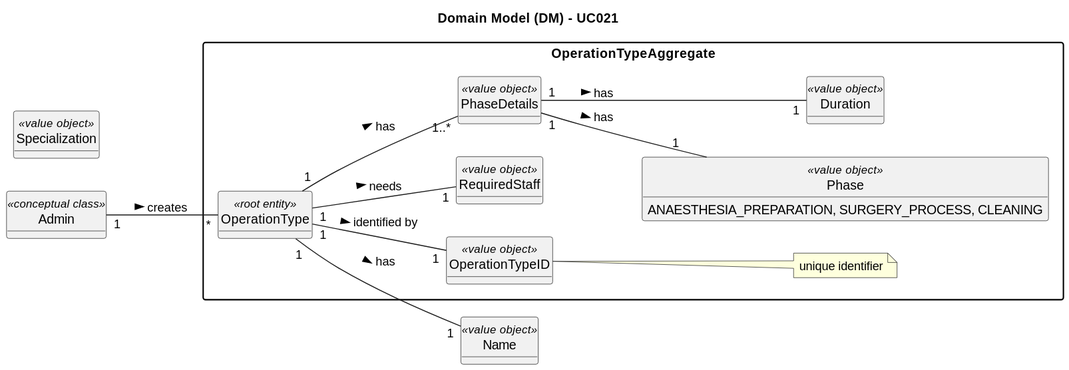
Above: docs/SprintA/UseCases/UC021/02.analysis/svg/uc021-domain-model.svg in 1221124/sem5pi-24-25-g031 (PlantUML), before the change.
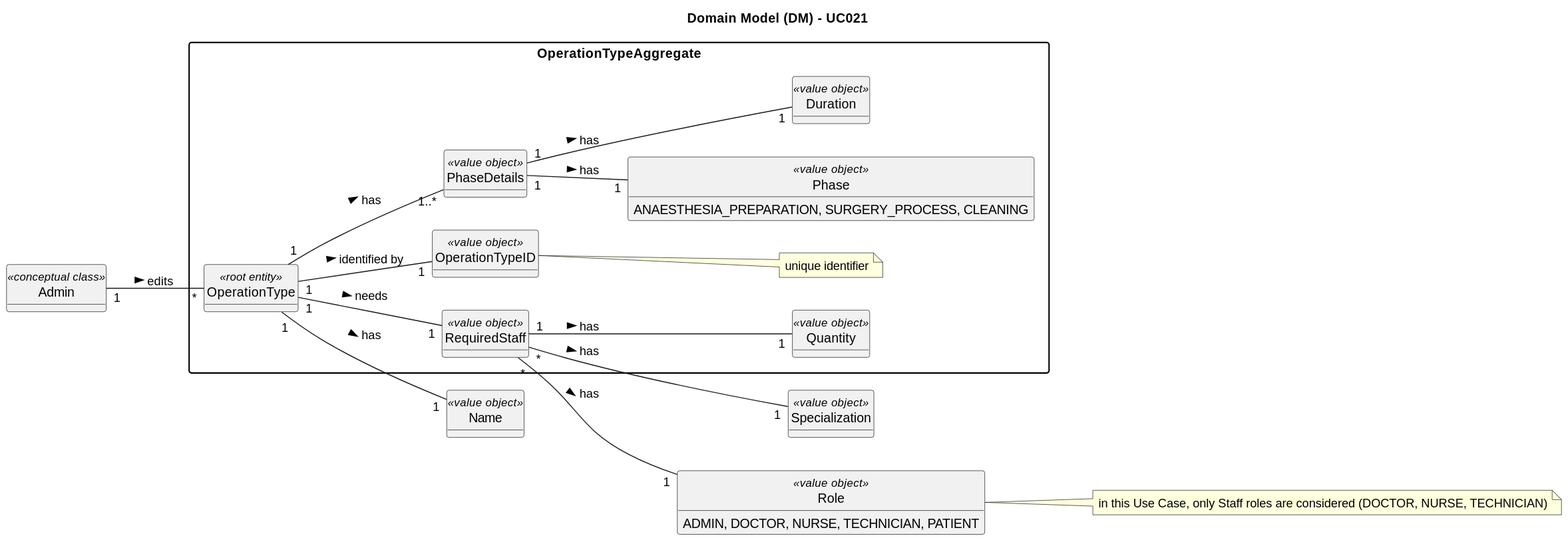
Above is the later version.

Commit message:
#23 UC021: Analysis - Domain Model and README.md update

Change to the diagram source:
```diff
@@ -17,6 +17,7 @@
     class OperationTypeID <<value object>>
     note right of OperationTypeID: unique identifier
     class RequiredStaff <<value object>>
+    class Quantity <<value object>>
     class PhaseDetails <<value object>>
     class Phase <<value object>> {
         ANAESTHESIA_PREPARATION, SURGERY_PROCESS, CLEANING
@@ -27,13 +28,20 @@
 class Admin <<conceptual class>>
 class Name <<value object>>
 class Specialization <<value object>>
+class Role <<value object>> {
+    ADMIN, DOCTOR, NURSE, TECHNICIAN, PATIENT
+}
+note right of Role: in this Use Case, only Staff roles are considered (DOCTOR, NURSE, TECHNICIAN)
 
-Admin "1" -- "*" OperationType : creates >
+Admin "1" -- "*" OperationType : edits >
 
 OperationType "1" -- "1" OperationTypeID : > identified by
 OperationType "1" -- "1" Name : > has
 OperationType "1" -- "1" RequiredStaff : > needs
 OperationType "1" -- "1..*" PhaseDetails : > has
+RequiredStaff "*" -- "1" Role : > has
+RequiredStaff "*" -- "1" Specialization : > has
+RequiredStaff "1" -- "1" Quantity : > has
 PhaseDetails "1" -- "1" Phase : > has
 PhaseDetails "1" -- "1" Duration : > has
 @enduml
```
